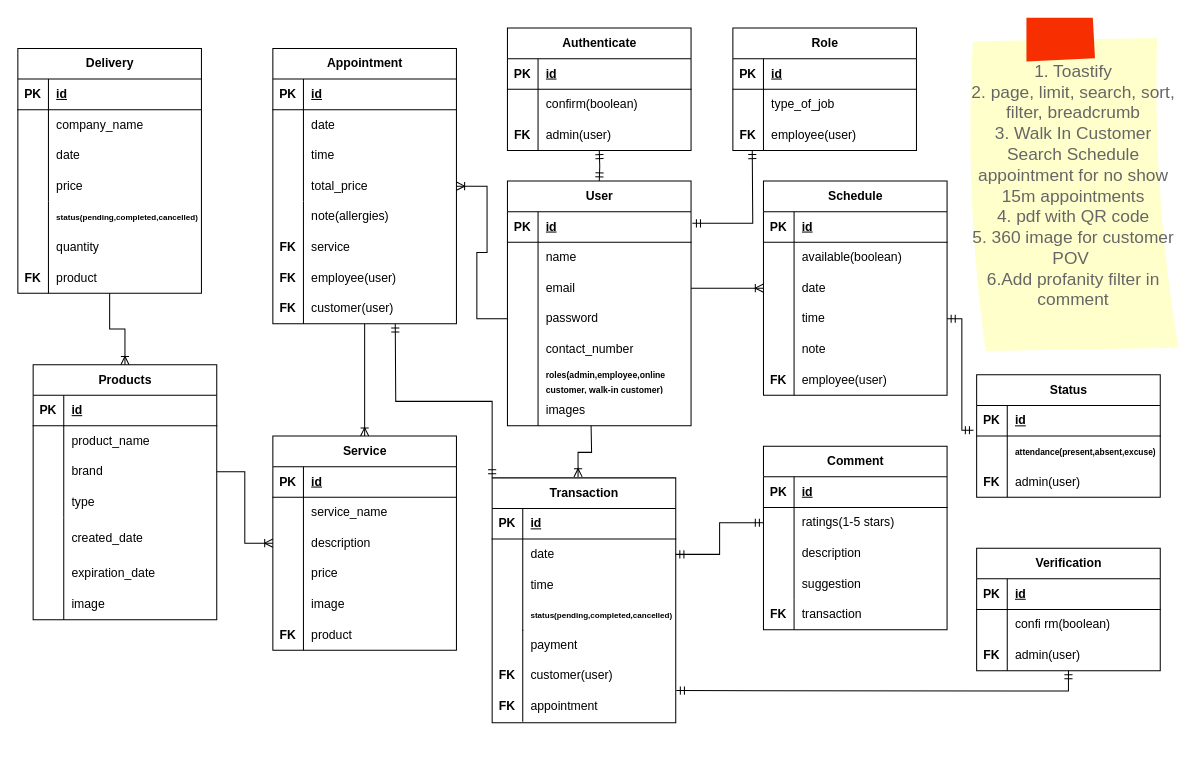
Earlier version of the draw.io diagram erd/Salon-Erd.drawio (GabTheGreat25/Salon-Api). Source tidied: cells renumbered, new cells numbered last; positions are measured from the earlier drawing's top-left corner, leaving out a move shared by most shapes. Both pictures are drawn from the tidied source at 102%, with x=0, y=0 at pixel (17, 17).
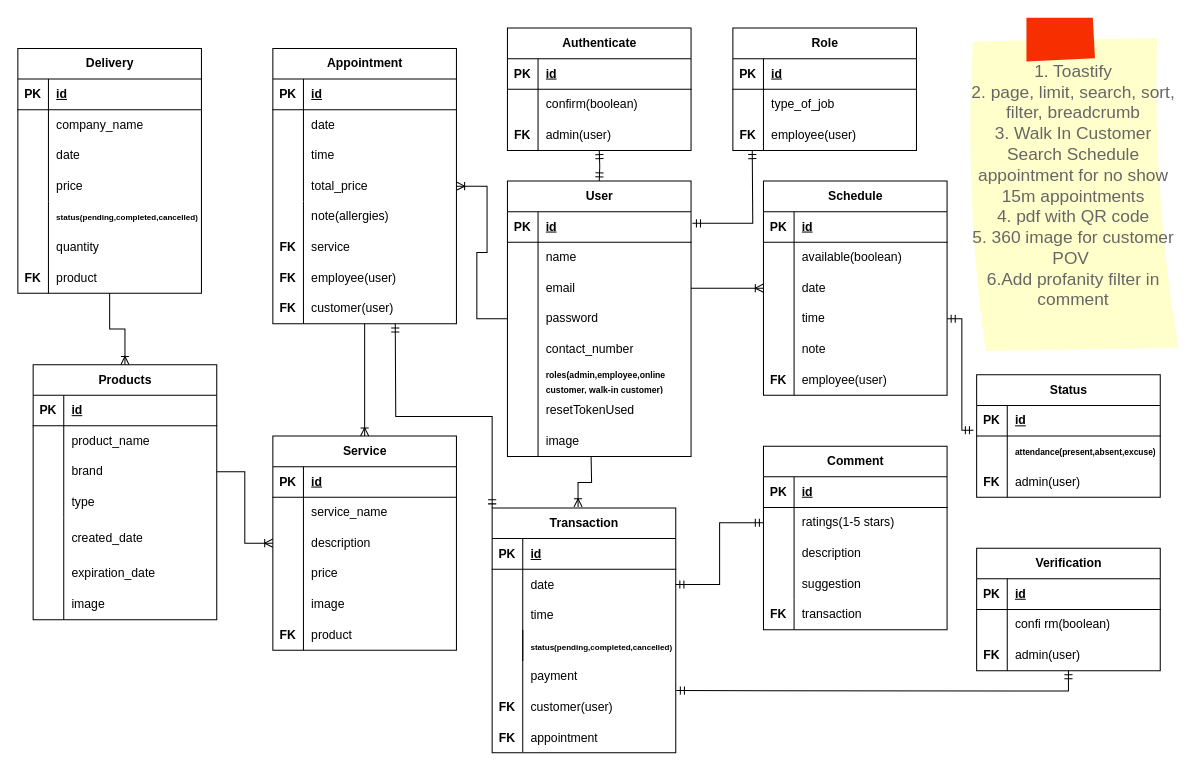
Above is the later version.

Diff of the diagram source:
```diff
@@
     <mxCell id="2" value="User" style="shape=table;startSize=30;childLayout=tableLayout;rowLines=0;fontStyle=1;align=center;html=1;" parent="1" vertex="1">
-      <mxGeometry x="480" y="160" width="180" height="240" as="geometry" />
+      <mxGeometry x="480" y="160" width="180" height="270" as="geometry" />
     </mxCell>
@@
     <mxCell id="15" style="endArrow=none;html=1;rounded=0;" parent="1" edge="1">
       <mxGeometry relative="1" as="geometry">
         <mxPoint x="510" y="310" as="sourcePoint" />
-        <mxPoint x="510" y="400" as="targetPoint" />
+        <mxPoint x="510" y="430" as="targetPoint" />
       </mxGeometry>
     </mxCell>
@@
-    <mxCell id="17" value="images" style="shape=partialRectangle;fillColor=none;top=0;left=0;bottom=0;right=0;align=left;spacingLeft=6;overflow=hidden;whiteSpace=wrap;html=1;" parent="1" vertex="1">
+    <mxCell id="17" value="resetTokenUsed" style="shape=partialRectangle;fillColor=none;top=0;left=0;bottom=0;right=0;align=left;spacingLeft=6;overflow=hidden;whiteSpace=wrap;html=1;" parent="1" vertex="1">
       <mxGeometry x="510" y="370" width="150" height="30" as="geometry" />
     </mxCell>
@@
     <mxCell id="85" value="Transaction" style="shape=table;startSize=30;childLayout=tableLayout;rowLines=0;fontStyle=1;align=center;html=1;" parent="1" vertex="1">
-      <mxGeometry x="465" y="451" width="180" height="240" as="geometry" />
+      <mxGeometry x="465" y="480.5" width="180" height="240" as="geometry" />
     </mxCell>
@@
     <mxCell id="98" style="endArrow=none;html=1;rounded=0;" parent="1" edge="1">
       <mxGeometry relative="1" as="geometry">
         <mxPoint x="495" y="600" as="sourcePoint" />
-        <mxPoint x="495" y="690" as="targetPoint" />
+        <mxPoint x="495" y="720" as="targetPoint" />
       </mxGeometry>
     </mxCell>
     <mxCell id="99" value="&lt;span style=&quot;border-color: var(--border-color);&quot;&gt;customer(user)&lt;/span&gt;" style="shape=partialRectangle;fillColor=none;top=0;left=0;bottom=0;right=0;align=left;spacingLeft=6;overflow=hidden;whiteSpace=wrap;html=1;" parent="1" vertex="1">
-      <mxGeometry x="495" y="630" width="150" height="30" as="geometry" />
+      <mxGeometry x="495" y="660.5" width="150" height="30" as="geometry" />
     </mxCell>
     <mxCell id="100" value="FK" style="shape=partialRectangle;fillColor=none;top=0;left=0;bottom=0;right=0;fontStyle=1;overflow=hidden;whiteSpace=wrap;html=1;" parent="1" vertex="1">
-      <mxGeometry x="465" y="660" width="30" height="30" as="geometry" />
+      <mxGeometry x="465" y="690.5" width="30" height="30" as="geometry" />
     </mxCell>
     <mxCell id="101" value="appointment" style="shape=partialRectangle;fillColor=none;top=0;left=0;bottom=0;right=0;align=left;spacingLeft=6;overflow=hidden;whiteSpace=wrap;html=1;" parent="1" vertex="1">
-      <mxGeometry x="495" y="660" width="150" height="30" as="geometry" />
+      <mxGeometry x="495" y="690.5" width="150" height="30" as="geometry" />
     </mxCell>
     <mxCell id="102" value="FK" style="shape=partialRectangle;fillColor=none;top=0;left=0;bottom=0;right=0;fontStyle=1;overflow=hidden;whiteSpace=wrap;html=1;" parent="1" vertex="1">
-      <mxGeometry x="465" y="630" width="30" height="30" as="geometry" />
+      <mxGeometry x="465" y="660.5" width="30" height="30" as="geometry" />
     </mxCell>
@@
     <mxCell id="108" style="fontSize=12;html=1;endArrow=ERoneToMany;rounded=0;entryX=0.468;entryY=-0.004;entryDx=0;entryDy=0;entryPerimeter=0;edgeStyle=orthogonalEdgeStyle;" parent="1" edge="1" target="85">
       <mxGeometry relative="1" as="geometry">
-        <mxPoint x="562" y="400" as="sourcePoint" />
+        <mxPoint x="562" y="429.5" as="sourcePoint" />
       </mxGeometry>
     </mxCell>
@@
     <mxCell id="148" value="&lt;span style=&quot;border-color: var(--border-color);&quot;&gt;payment&lt;/span&gt;" style="shape=partialRectangle;fillColor=none;top=0;left=0;bottom=0;right=0;align=left;spacingLeft=6;overflow=hidden;whiteSpace=wrap;html=1;" parent="1" vertex="1">
-      <mxGeometry x="495" y="600" width="150" height="30" as="geometry" />
+      <mxGeometry x="495" y="630.5" width="150" height="30" as="geometry" />
     </mxCell>
@@
     <mxCell id="204" value="&lt;b style=&quot;border-color: var(--border-color); font-size: 7.9px;&quot;&gt;status(pending,completed,cancelled)&lt;/b&gt;" style="shape=partialRectangle;fillColor=none;top=0;left=0;bottom=0;right=0;align=left;spacingLeft=6;overflow=hidden;whiteSpace=wrap;html=1;" parent="1" vertex="1">
-      <mxGeometry x="495" y="570" width="150" height="30" as="geometry" />
+      <mxGeometry x="495" y="600.5" width="150" height="30" as="geometry" />
     </mxCell>
@@
+    <mxCell id="206" value="image" style="shape=partialRectangle;fillColor=none;top=0;left=0;bottom=0;right=0;align=left;spacingLeft=6;overflow=hidden;whiteSpace=wrap;html=1;" parent="1" vertex="1">
+      <mxGeometry x="510" y="400" width="150" height="30" as="geometry" />
+    </mxCell>
```
